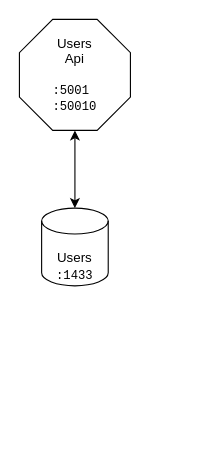
This is assets/readme/services.drawio from Thijs5/dotnet-microservices, a draw.io file, before an edit. Source tidied: cells renumbered, new cells numbered last; positions are measured from the earlier drawing's top-left corner, leaving out a move shared by most shapes. Both pictures are drawn from the tidied source at 111%, with x=0, y=0 at pixel (19, 19). Pictures stored in the file or linked from it are replaced by grey dashed boxes.
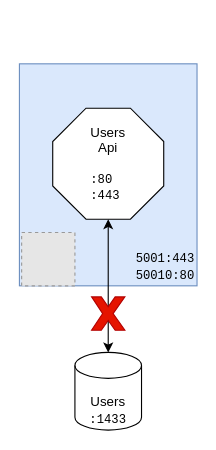
The same diagram, later.

Diff of the diagram source:
```diff
@@
 <mxGraphModel>
   <root>
     <mxCell id="0" />
     <mxCell id="1" parent="0" />
+    <mxCell id="5" value="&lt;div&gt;&lt;font style=&quot;font-size: 11px&quot; face=&quot;Courier New&quot;&gt;5001:443&lt;/font&gt;&lt;br&gt;&lt;font style=&quot;font-size: 11px&quot; face=&quot;Courier New&quot;&gt;50010:80&lt;/font&gt;&lt;br&gt;&lt;/div&gt;" style="rounded=0;whiteSpace=wrap;html=1;strokeWidth=1;verticalAlign=bottom;fillColor=#dae8fc;strokeColor=#6c8ebf;align=right;" parent="1" vertex="1">
+      <mxGeometry y="40" width="160" height="200" as="geometry" />
+    </mxCell>
-    <mxCell id="2" style="edgeStyle=orthogonalEdgeStyle;rounded=0;jettySize=auto;html=1;entryX=0.5;entryY=0;entryDx=0;entryDy=0;entryPerimeter=0;startArrow=classic;startFill=1;" parent="1" edge="1" source="3" target="4">
+    <mxCell id="2" style="edgeStyle=orthogonalEdgeStyle;rounded=0;jettySize=auto;html=1;exitX=0.5;exitY=1;exitDx=0;exitDy=0;exitPerimeter=0;entryX=0.5;entryY=0;entryDx=0;entryDy=0;entryPerimeter=0;startArrow=classic;startFill=1;" parent="1" edge="1" source="3" target="4">
       <mxGeometry relative="1" as="geometry" />
     </mxCell>
-    <mxCell id="3" value="Users&lt;br&gt;Api&lt;br&gt;&lt;br&gt;&lt;div style=&quot;font-size: 11px&quot; align=&quot;left&quot;&gt;&lt;font style=&quot;font-size: 11px&quot; face=&quot;Courier New&quot;&gt;:5001&lt;/font&gt;&lt;br&gt;&lt;font style=&quot;font-size: 11px&quot; face=&quot;Courier New&quot;&gt;:50010&lt;/font&gt;&lt;/div&gt;" style="whiteSpace=wrap;html=1;shape=mxgraph.basic.octagon2;align=center;verticalAlign=middle;dx=15;" parent="1" vertex="1">
-      <mxGeometry width="100" height="100" as="geometry" />
+    <mxCell id="3" value="Users&lt;br&gt;Api&lt;br&gt;&lt;br&gt;&lt;div style=&quot;font-size: 11px&quot; align=&quot;left&quot;&gt;&lt;font style=&quot;font-size: 11px&quot; face=&quot;Courier New&quot;&gt;:80&lt;/font&gt;&lt;br&gt;&lt;font style=&quot;font-size: 11px&quot; face=&quot;Courier New&quot;&gt;:443&lt;/font&gt;&lt;/div&gt;" style="whiteSpace=wrap;html=1;shape=mxgraph.basic.octagon2;align=center;verticalAlign=middle;dx=15;" parent="1" vertex="1">
+      <mxGeometry x="30" y="80" width="100" height="100" as="geometry" />
     </mxCell>
     <mxCell id="4" value="Users&lt;br&gt;&lt;font style=&quot;font-size: 11px&quot; face=&quot;Courier New&quot;&gt;:1433&lt;/font&gt;" style="strokeWidth=1;html=1;shape=mxgraph.flowchart.database;whiteSpace=wrap;verticalAlign=bottom;" parent="1" vertex="1">
-      <mxGeometry x="20" y="170" width="60" height="70" as="geometry" />
+      <mxGeometry x="50" y="300" width="60" height="70" as="geometry" />
     </mxCell>
+    <mxCell id="6" style="fillColor=#E6E6E6;strokeColor=#999999;dashed=1;html=1;verticalAlign=top;verticalLabelPosition=bottom;labelBackgroundColor=#ffffff;" parent="1" vertex="1">
+      <mxGeometry x="2" y="192" width="48" height="48" as="geometry" />
+    </mxCell>
+    <mxCell id="7" style="verticalLabelPosition=bottom;verticalAlign=top;html=1;shape=mxgraph.basic.x;strokeWidth=1;fillColor=#e51400;strokeColor=#B20000;fontColor=#ffffff;" parent="1" vertex="1">
+      <mxGeometry x="65" y="250" width="30" height="30" as="geometry" />
+    </mxCell>
   </root>
 </mxGraphModel>
```
